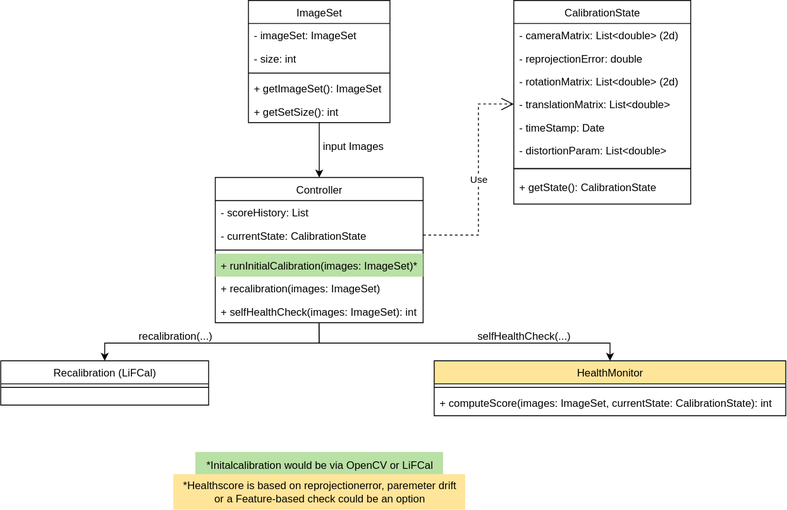
This is docs/UML-Klassendiagramm/UML.svg from youssef27db/CameraCalibration, a draw.io export, as it was before one commit. Source tidied: cells renumbered, new cells last; positions are measured from the earlier drawing's top-left corner, leaving out a move shared by most shapes.
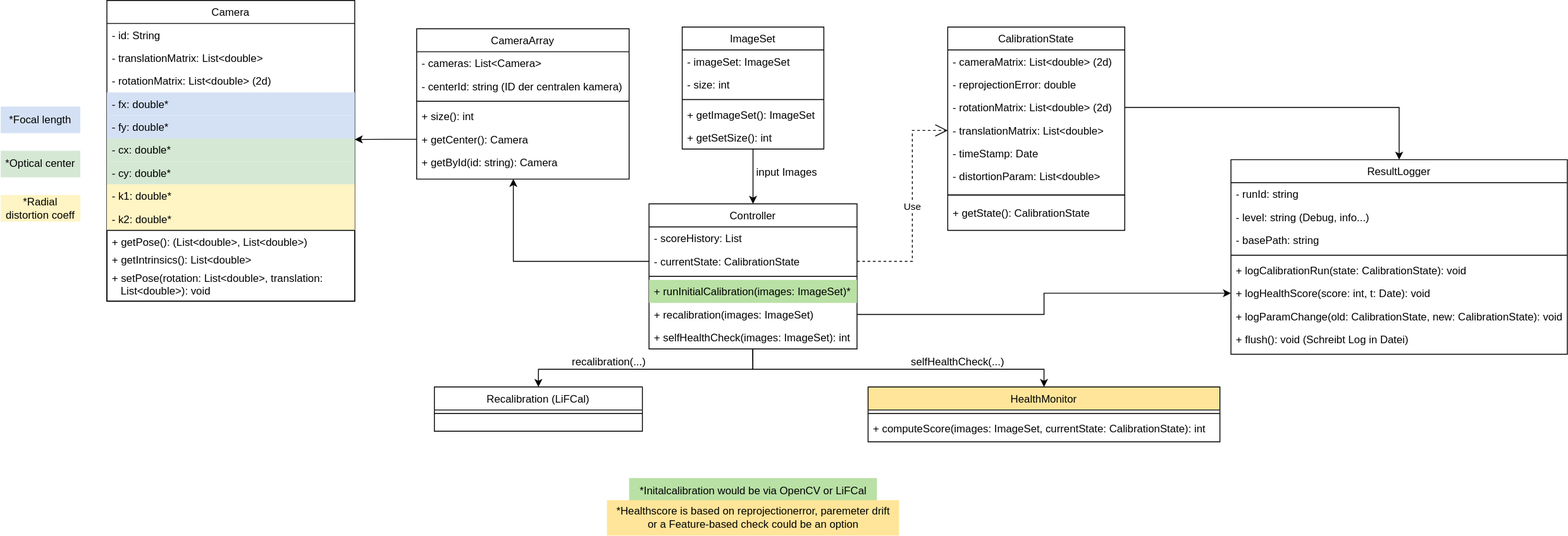
The same diagram one commit later.

Commit message:
UML and use case update

Diff of the diagram source:
```diff
@@ -133,5 +133,118 @@
     <mxCell id="38" value="*Healthscore is based on reprojectionerror, paremeter drift&lt;div&gt;or a&amp;nbsp;Feature-based check could be an option&lt;/div&gt;" style="text;html=1;align=center;verticalAlign=middle;strokeColor=none;fillColor=#FFE599;" parent="1" vertex="1">
       <mxGeometry x="195" y="535" width="330" height="40" as="geometry" />
     </mxCell>
+    <mxCell id="39" value="Camera" style="swimlane;fontStyle=0;align=center;verticalAlign=top;horizontal=1;startSize=26;rounded=0;shadow=0;strokeWidth=1;" parent="1" vertex="1">
+      <mxGeometry x="-370" y="-30" width="280" height="340" as="geometry" />
+    </mxCell>
+    <mxCell id="40" value="- id: String&#10;" style="text;align=left;verticalAlign=top;spacingLeft=4;spacingRight=4;overflow=hidden;" parent="39" vertex="1">
+      <mxGeometry y="26" width="280" height="26" as="geometry" />
+    </mxCell>
+    <mxCell id="41" value="- translationMatrix: List&lt;double&gt;&#10;" style="text;align=left;verticalAlign=top;spacingLeft=4;spacingRight=4;overflow=hidden;" parent="39" vertex="1">
+      <mxGeometry y="52" width="280" height="26" as="geometry" />
+    </mxCell>
+    <mxCell id="42" value="- rotationMatrix: List&lt;double&gt; (2d)&#10;" style="text;align=left;verticalAlign=top;spacingLeft=4;spacingRight=4;overflow=hidden;" parent="39" vertex="1">
+      <mxGeometry y="78" width="280" height="26" as="geometry" />
+    </mxCell>
+    <mxCell id="43" value="- fx: double*" style="text;align=left;verticalAlign=top;spacingLeft=4;spacingRight=4;overflow=hidden;fillColor=#D4E1F5;" parent="39" vertex="1">
+      <mxGeometry y="104" width="280" height="26" as="geometry" />
+    </mxCell>
+    <mxCell id="44" value="- fy: double*" style="text;align=left;verticalAlign=top;spacingLeft=4;spacingRight=4;overflow=hidden;fillColor=#D4E1F5;" parent="39" vertex="1">
+      <mxGeometry y="130" width="280" height="26" as="geometry" />
+    </mxCell>
+    <mxCell id="45" value="- cx: double*" style="text;align=left;verticalAlign=top;spacingLeft=4;spacingRight=4;overflow=hidden;fillColor=#D5E8D4;" parent="39" vertex="1">
+      <mxGeometry y="156" width="280" height="26" as="geometry" />
+    </mxCell>
+    <mxCell id="46" value="- cy: double*" style="text;align=left;verticalAlign=top;spacingLeft=4;spacingRight=4;overflow=hidden;fillColor=#D5E8D4;" parent="39" vertex="1">
+      <mxGeometry y="182" width="280" height="26" as="geometry" />
+    </mxCell>
+    <mxCell id="47" value="- k1: double*" style="text;align=left;verticalAlign=top;spacingLeft=4;spacingRight=4;overflow=hidden;fillColor=#FFF4C3;" parent="39" vertex="1">
+      <mxGeometry y="208" width="280" height="26" as="geometry" />
+    </mxCell>
+    <mxCell id="48" value="- k2: double*" style="text;align=left;verticalAlign=top;spacingLeft=4;spacingRight=4;overflow=hidden;fillColor=#FFF4C3;" parent="39" vertex="1">
+      <mxGeometry y="234" width="280" height="26" as="geometry" />
+    </mxCell>
+    <mxCell id="49" style="swimlane;startSize=0;" parent="1" vertex="1">
+      <mxGeometry x="-370" y="230" width="280" height="80" as="geometry" />
+    </mxCell>
+    <mxCell id="50" value="+ getPose(): (List&lt;double&gt;, List&lt;double&gt;)" style="text;align=left;verticalAlign=top;spacingLeft=4;spacingRight=4;overflow=hidden;" parent="49" vertex="1">
+      <mxGeometry width="231" height="26" as="geometry" />
+    </mxCell>
+    <mxCell id="51" value="+ getIntrinsics(): List&lt;double&gt;" style="text;align=left;verticalAlign=top;spacingLeft=4;spacingRight=4;overflow=hidden;" parent="49" vertex="1">
+      <mxGeometry y="20" width="281" height="26" as="geometry" />
+    </mxCell>
+    <mxCell id="52" value="+ setPose(rotation: List&lt;double&gt;, translation:&#10;   List&lt;double&gt;): void" style="text;align=left;verticalAlign=top;spacingLeft=4;spacingRight=4;overflow=hidden;" parent="49" vertex="1">
+      <mxGeometry y="41" width="280" height="40" as="geometry" />
+    </mxCell>
+    <mxCell id="53" value="*Focal length" style="text;html=1;whiteSpace=wrap;strokeColor=none;fillColor=#D4E1F5;align=center;verticalAlign=middle;rounded=0;" parent="1" vertex="1">
+      <mxGeometry x="-490" y="90" width="90" height="30" as="geometry" />
+    </mxCell>
+    <mxCell id="54" value="*Optical center" style="text;html=1;whiteSpace=wrap;strokeColor=none;fillColor=#D5E8D4;align=center;verticalAlign=middle;rounded=0;" parent="1" vertex="1">
+      <mxGeometry x="-490" y="140" width="90" height="30" as="geometry" />
+    </mxCell>
+    <mxCell id="55" value="*Radial distortion coeff" style="text;html=1;whiteSpace=wrap;strokeColor=none;fillColor=#FFF4C3;align=center;verticalAlign=middle;rounded=0;" parent="1" vertex="1">
+      <mxGeometry x="-490" y="190" width="90" height="30" as="geometry" />
+    </mxCell>
+    <mxCell id="56" value="CameraArray" style="swimlane;fontStyle=0;align=center;verticalAlign=top;horizontal=1;startSize=26;rounded=0;shadow=0;strokeWidth=1;" parent="1" vertex="1">
+      <mxGeometry x="-20" y="2" width="240" height="170" as="geometry" />
+    </mxCell>
+    <mxCell id="57" value="- cameras: List&lt;Camera&gt;" style="text;align=left;verticalAlign=top;spacingLeft=4;spacingRight=4;overflow=hidden;" parent="56" vertex="1">
+      <mxGeometry y="26" width="240" height="26" as="geometry" />
+    </mxCell>
+    <mxCell id="58" value="- centerId: string (ID der centralen kamera)" style="text;align=left;verticalAlign=top;spacingLeft=4;spacingRight=4;overflow=hidden;rounded=0;shadow=0;html=0;" parent="56" vertex="1">
+      <mxGeometry y="52" width="240" height="26" as="geometry" />
+    </mxCell>
+    <mxCell id="59" style="line;html=1;strokeWidth=1;align=left;verticalAlign=middle;spacingTop=-1;spacingLeft=3;spacingRight=3;labelPosition=right;" parent="56" vertex="1">
+      <mxGeometry y="78" width="240" height="8" as="geometry" />
+    </mxCell>
+    <mxCell id="60" value="+ size(): int" style="text;align=left;verticalAlign=top;spacingLeft=4;spacingRight=4;overflow=hidden;" parent="56" vertex="1">
+      <mxGeometry y="86" width="240" height="26" as="geometry" />
+    </mxCell>
+    <mxCell id="61" style="edgeStyle=orthogonalEdgeStyle;rounded=0;jettySize=auto;html=1;exitX=0;exitY=0.5;exitDx=0;exitDy=0;" parent="56" edge="1" source="62">
+      <mxGeometry relative="1" as="geometry">
+        <mxPoint x="-70" y="125.2" as="targetPoint" />
+      </mxGeometry>
+    </mxCell>
+    <mxCell id="62" value="+ getCenter(): Camera&#10;&#10;" style="text;align=left;verticalAlign=top;spacingLeft=4;spacingRight=4;overflow=hidden;points=[[0,0.5],[1,0.5]];portConstraint=eastwest;" parent="56" vertex="1">
+      <mxGeometry y="112" width="240" height="26" as="geometry" />
+    </mxCell>
+    <mxCell id="63" value="+ getById(id: string): Camera" style="text;align=left;verticalAlign=top;spacingLeft=4;spacingRight=4;overflow=hidden;points=[[0,0.5],[1,0.5]];portConstraint=eastwest;" parent="56" vertex="1">
+      <mxGeometry y="138" width="240" height="32" as="geometry" />
+    </mxCell>
+    <mxCell id="64" style="edgeStyle=orthogonalEdgeStyle;rounded=0;jettySize=auto;html=1;exitX=0;exitY=0.5;exitDx=0;exitDy=0;entryX=0.455;entryY=0.991;entryDx=0;entryDy=0;entryPerimeter=0;" parent="1" edge="1" source="10" target="63">
+      <mxGeometry relative="1" as="geometry" />
+    </mxCell>
+    <mxCell id="65" value="ResultLogger" style="swimlane;fontStyle=0;align=center;verticalAlign=top;horizontal=1;startSize=26;rounded=0;shadow=0;strokeWidth=1;" parent="1" vertex="1">
+      <mxGeometry x="900" y="150" width="380" height="220" as="geometry" />
+    </mxCell>
+    <mxCell id="66" value="- runId: string" style="text;align=left;verticalAlign=top;spacingLeft=4;spacingRight=4;overflow=hidden;" parent="65" vertex="1">
+      <mxGeometry y="26" width="380" height="26" as="geometry" />
+    </mxCell>
+    <mxCell id="67" value="- level: string (Debug, info...)" style="text;align=left;verticalAlign=top;spacingLeft=4;spacingRight=4;overflow=hidden;rounded=0;shadow=0;html=0;" parent="65" vertex="1">
+      <mxGeometry y="52" width="380" height="26" as="geometry" />
+    </mxCell>
+    <mxCell id="68" value="- basePath: string" style="text;align=left;verticalAlign=top;spacingLeft=4;spacingRight=4;overflow=hidden;rounded=0;shadow=0;html=0;" parent="65" vertex="1">
+      <mxGeometry y="78" width="380" height="26" as="geometry" />
+    </mxCell>
+    <mxCell id="69" style="line;html=1;strokeWidth=1;align=left;verticalAlign=middle;spacingTop=-1;spacingLeft=3;spacingRight=3;labelPosition=right;" parent="65" vertex="1">
+      <mxGeometry y="104" width="380" height="8" as="geometry" />
+    </mxCell>
+    <mxCell id="70" value="+ logCalibrationRun(state: CalibrationState): void" style="text;align=left;verticalAlign=top;spacingLeft=4;spacingRight=4;overflow=hidden;" parent="65" vertex="1">
+      <mxGeometry y="112" width="380" height="26" as="geometry" />
+    </mxCell>
+    <mxCell id="71" value="+ logHealthScore(score: int, t: Date): void" style="text;align=left;verticalAlign=top;spacingLeft=4;spacingRight=4;overflow=hidden;points=[[0,0.5],[1,0.5]];portConstraint=eastwest;" parent="65" vertex="1">
+      <mxGeometry y="138" width="380" height="26" as="geometry" />
+    </mxCell>
+    <mxCell id="72" value="+ logParamChange(old: CalibrationState, new: CalibrationState): void" style="text;align=left;verticalAlign=top;spacingLeft=4;spacingRight=4;overflow=hidden;" parent="65" vertex="1">
+      <mxGeometry y="164" width="380" height="26" as="geometry" />
+    </mxCell>
+    <mxCell id="73" value="+ flush(): void (Schreibt Log in Datei)" style="text;align=left;verticalAlign=top;spacingLeft=4;spacingRight=4;overflow=hidden;" parent="65" vertex="1">
+      <mxGeometry y="190" width="380" height="26" as="geometry" />
+    </mxCell>
+    <mxCell id="74" style="edgeStyle=orthogonalEdgeStyle;rounded=0;jettySize=auto;html=1;exitX=1;exitY=0.5;exitDx=0;exitDy=0;" parent="1" edge="1" source="18" target="65">
+      <mxGeometry relative="1" as="geometry" />
+    </mxCell>
+    <mxCell id="75" style="edgeStyle=orthogonalEdgeStyle;rounded=0;jettySize=auto;html=1;exitX=1;exitY=0.5;exitDx=0;exitDy=0;entryX=0;entryY=0.5;entryDx=0;entryDy=0;" parent="1" edge="1" source="13" target="71">
+      <mxGeometry relative="1" as="geometry" />
+    </mxCell>
   </root>
 </mxGraphModel>
```
